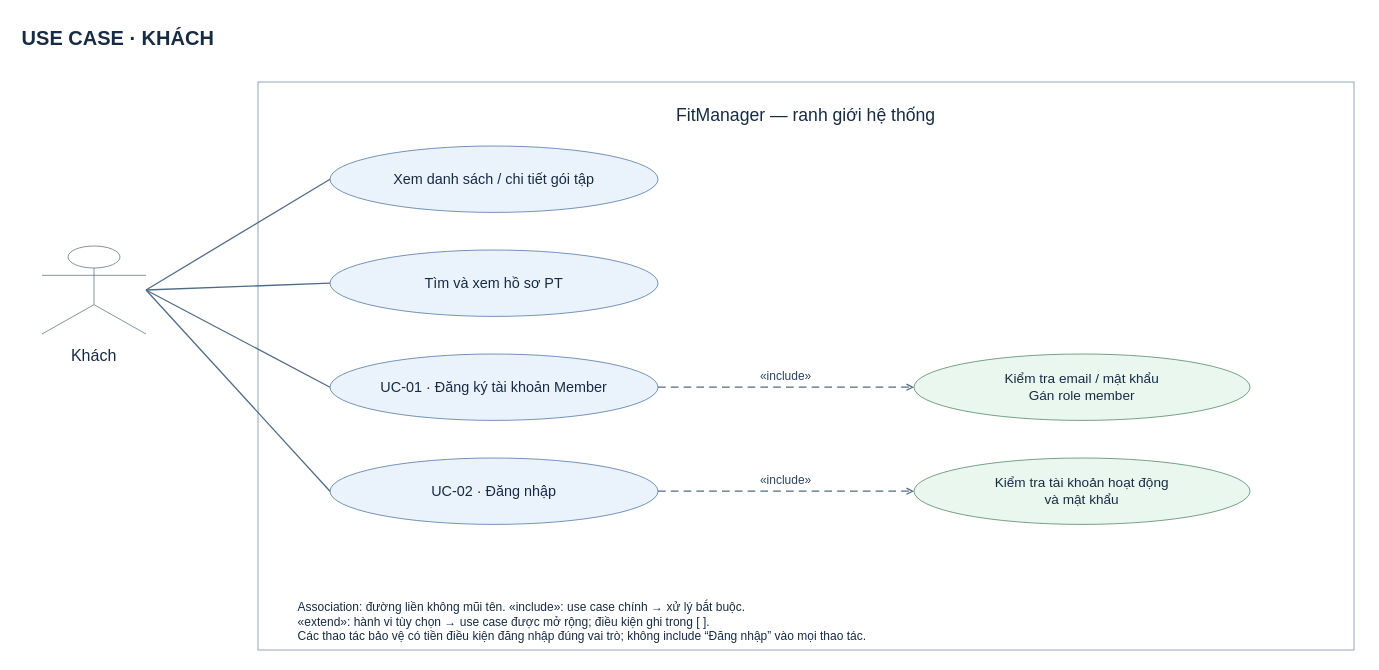
Above: docs/diagram/usecase-guest.drawio in Huy-Haru/ProjectSDN (draw.io), before the change. Source tidied: cells renumbered, new cells numbered last; positions are measured from the earlier drawing's top-left corner, leaving out a move shared by most shapes. Both pictures are drawn from the tidied source at 80%, with x=0, y=0 at pixel (14, 14).
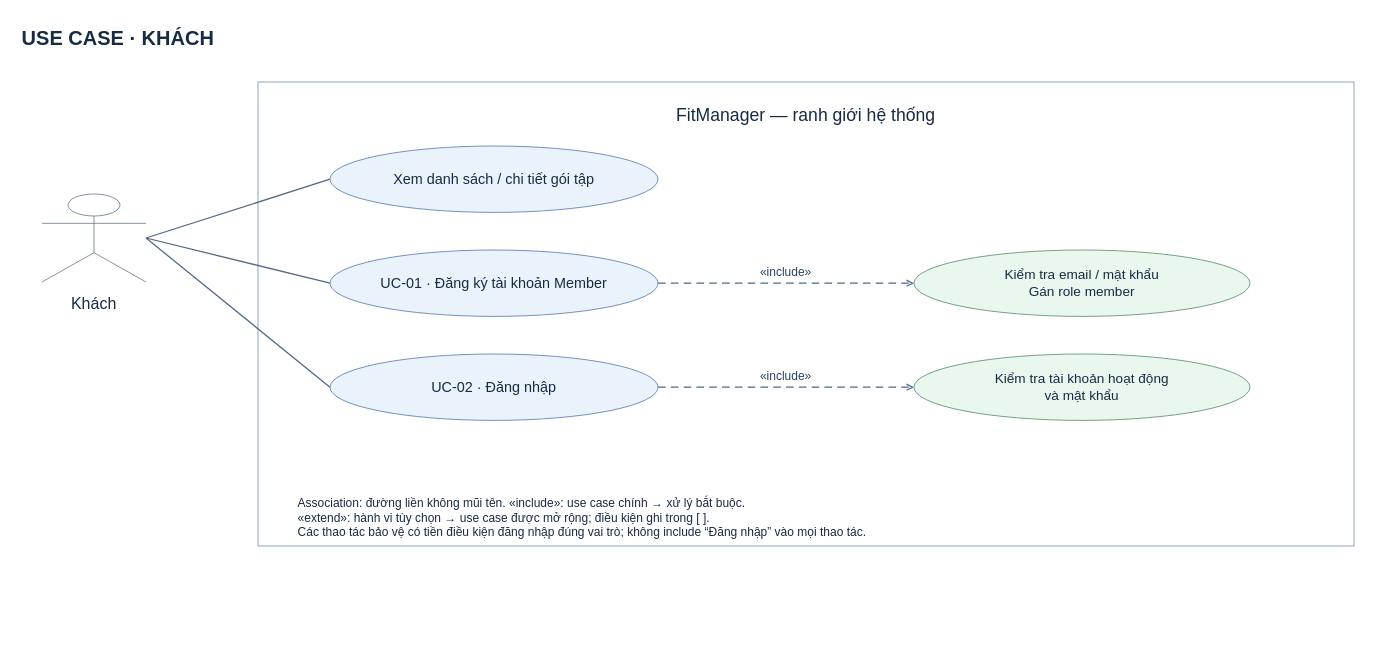
The same diagram, later.

Diff of the diagram source:
```diff
@@
     <mxCell id="3" value="FitManager — ranh giới hệ thống" style="html=0;whiteSpace=wrap;fontFamily=Arial;fontSize=17;fontColor=#172b43;strokeColor=#5479aa;fillColor=#eaf2fc;spacing=10;rounded=0;fillColor=none;strokeColor=#7890a9;verticalAlign=top;fontSize=22;spacingTop=14;" parent="1" vertex="1">
-      <mxGeometry x="305" y="85" width="1370" height="710" as="geometry" />
+      <mxGeometry x="305" y="85" width="1370" height="580" as="geometry" />
     </mxCell>
     <mxCell id="4" value="Khách" style="html=0;whiteSpace=wrap;fontFamily=Arial;fontSize=20;fontColor=#172b43;strokeColor=#66788a;fillColor=#f4f6f8;spacing=10;shape=umlActor;verticalLabelPosition=bottom;verticalAlign=top;fillColor=none;" parent="1" vertex="1">
-      <mxGeometry x="35" y="290" width="130" height="110" as="geometry" />
+      <mxGeometry x="35" y="225" width="130" height="110" as="geometry" />
     </mxCell>
@@
-    <mxCell id="6" value="Tìm và xem hồ sơ PT" style="html=0;whiteSpace=wrap;fontFamily=Arial;fontSize=18;fontColor=#172b43;strokeColor=#5479aa;fillColor=#eaf2fc;spacing=10;ellipse;" parent="3" vertex="1">
-      <mxGeometry x="90" y="210" width="410" height="83" as="geometry" />
-    </mxCell>
     <mxCell id="7" value="UC-01 · Đăng ký tài khoản Member" style="html=0;whiteSpace=wrap;fontFamily=Arial;fontSize=18;fontColor=#172b43;strokeColor=#5479aa;fillColor=#eaf2fc;spacing=10;ellipse;" parent="3" vertex="1">
-      <mxGeometry x="90" y="340" width="410" height="83" as="geometry" />
+      <mxGeometry x="90" y="210" width="410" height="83" as="geometry" />
     </mxCell>
     <mxCell id="8" value="UC-02 · Đăng nhập" style="html=0;whiteSpace=wrap;fontFamily=Arial;fontSize=18;fontColor=#172b43;strokeColor=#5479aa;fillColor=#eaf2fc;spacing=10;ellipse;" parent="3" vertex="1">
-      <mxGeometry x="90" y="470" width="410" height="83" as="geometry" />
+      <mxGeometry x="90" y="340" width="410" height="83" as="geometry" />
     </mxCell>
     <mxCell id="9" value="Kiểm tra email / mật khẩu&#10;Gán role member" style="html=0;whiteSpace=wrap;fontFamily=Arial;fontSize=17;fontColor=#172b43;strokeColor=#568a69;fillColor=#eaf7ef;spacing=10;ellipse;" parent="3" vertex="1">
-      <mxGeometry x="820" y="340" width="420" height="83" as="geometry" />
+      <mxGeometry x="820" y="210" width="420" height="83" as="geometry" />
     </mxCell>
     <mxCell id="10" value="Kiểm tra tài khoản hoạt động&#10;và mật khẩu" style="html=0;whiteSpace=wrap;fontFamily=Arial;fontSize=17;fontColor=#172b43;strokeColor=#568a69;fillColor=#eaf7ef;spacing=10;ellipse;" parent="3" vertex="1">
-      <mxGeometry x="820" y="470" width="420" height="83" as="geometry" />
+      <mxGeometry x="820" y="340" width="420" height="83" as="geometry" />
     </mxCell>
     <mxCell id="11" value="Association: đường liền không mũi tên. «include»: use case chính → xử lý bắt buộc.&#10;«extend»: hành vi tùy chọn → use case được mở rộng; điều kiện ghi trong [ ].&#10;Các thao tác bảo vệ có tiền điều kiện đăng nhập đúng vai trò; không include “Đăng nhập” vào mọi thao tác." style="html=0;whiteSpace=wrap;fontFamily=Arial;fontSize=15;fontColor=#172b43;strokeColor=#5479aa;fillColor=#eaf2fc;spacing=10;text;fillColor=none;strokeColor=none;align=left;verticalAlign=top;" parent="1" vertex="1">
-      <mxGeometry x="345" y="718" width="1300" height="85" as="geometry" />
+      <mxGeometry x="345" y="588" width="1300" height="85" as="geometry" />
     </mxCell>
@@
-    <mxCell id="13" style="edgeStyle=none;orthogonal=1;rounded=0;html=0;strokeColor=#506b86;strokeWidth=1.6;jumpStyle=arc;jumpSize=9;endArrow=none;startArrow=none;exitX=1;exitY=0.5;exitPerimeter=0;entryX=0;entryY=0.5;entryPerimeter=0;fontFamily=Arial;fontSize=15;fontColor=#284461;labelBackgroundColor=#ffffff;" parent="1" edge="1" source="4" target="6">
+    <mxCell id="13" style="edgeStyle=none;orthogonal=1;rounded=0;html=0;strokeColor=#506b86;strokeWidth=1.6;jumpStyle=arc;jumpSize=9;endArrow=none;startArrow=none;exitX=1;exitY=0.5;exitPerimeter=0;entryX=0;entryY=0.5;entryPerimeter=0;fontFamily=Arial;fontSize=15;fontColor=#284461;labelBackgroundColor=#ffffff;" parent="1" edge="1" source="4" target="7">
       <mxGeometry relative="1" as="geometry">
         <mxPoint y="-15" as="offset" />
       </mxGeometry>
     </mxCell>
-    <mxCell id="14" style="edgeStyle=none;orthogonal=1;rounded=0;html=0;strokeColor=#506b86;strokeWidth=1.6;jumpStyle=arc;jumpSize=9;endArrow=none;startArrow=none;exitX=1;exitY=0.5;exitPerimeter=0;entryX=0;entryY=0.5;entryPerimeter=0;fontFamily=Arial;fontSize=15;fontColor=#284461;labelBackgroundColor=#ffffff;" parent="1" edge="1" source="4" target="7">
+    <mxCell id="14" style="edgeStyle=none;orthogonal=1;rounded=0;html=0;strokeColor=#506b86;strokeWidth=1.6;jumpStyle=arc;jumpSize=9;endArrow=none;startArrow=none;exitX=1;exitY=0.5;exitPerimeter=0;entryX=0;entryY=0.5;entryPerimeter=0;fontFamily=Arial;fontSize=15;fontColor=#284461;labelBackgroundColor=#ffffff;" parent="1" edge="1" source="4" target="8">
       <mxGeometry relative="1" as="geometry">
         <mxPoint y="-15" as="offset" />
       </mxGeometry>
     </mxCell>
-    <mxCell id="15" style="edgeStyle=none;orthogonal=1;rounded=0;html=0;strokeColor=#506b86;strokeWidth=1.6;jumpStyle=arc;jumpSize=9;endArrow=none;startArrow=none;exitX=1;exitY=0.5;exitPerimeter=0;entryX=0;entryY=0.5;entryPerimeter=0;fontFamily=Arial;fontSize=15;fontColor=#284461;labelBackgroundColor=#ffffff;" parent="1" edge="1" source="4" target="8">
+    <mxCell id="15" value="«include»" style="edgeStyle=none;orthogonal=1;rounded=0;html=0;strokeColor=#506b86;strokeWidth=1.6;jumpStyle=arc;jumpSize=9;dashed=1;dashPattern=6 4;endArrow=open;endFill=0;exitX=1;exitY=0.5;exitPerimeter=0;entryX=0;entryY=0.5;entryPerimeter=0;fontFamily=Arial;fontSize=15;fontColor=#284461;labelBackgroundColor=#ffffff;" parent="1" edge="1" source="7" target="9">
       <mxGeometry relative="1" as="geometry">
-        <mxPoint y="-15" as="offset" />
+        <mxPoint y="-15.5" as="offset" />
       </mxGeometry>
     </mxCell>
-    <mxCell id="16" value="«include»" style="edgeStyle=none;orthogonal=1;rounded=0;html=0;strokeColor=#506b86;strokeWidth=1.6;jumpStyle=arc;jumpSize=9;dashed=1;dashPattern=6 4;endArrow=open;endFill=0;exitX=1;exitY=0.5;exitPerimeter=0;entryX=0;entryY=0.5;entryPerimeter=0;fontFamily=Arial;fontSize=15;fontColor=#284461;labelBackgroundColor=#ffffff;" parent="1" edge="1" source="7" target="9">
+    <mxCell id="16" value="«include»" style="edgeStyle=none;orthogonal=1;rounded=0;html=0;strokeColor=#506b86;strokeWidth=1.6;jumpStyle=arc;jumpSize=9;dashed=1;dashPattern=6 4;endArrow=open;endFill=0;exitX=1;exitY=0.5;exitPerimeter=0;entryX=0;entryY=0.5;entryPerimeter=0;fontFamily=Arial;fontSize=15;fontColor=#284461;labelBackgroundColor=#ffffff;" parent="1" edge="1" source="8" target="10">
       <mxGeometry relative="1" as="geometry">
         <mxPoint y="-15.5" as="offset" />
       </mxGeometry>
     </mxCell>
-    <mxCell id="17" value="«include»" style="edgeStyle=none;orthogonal=1;rounded=0;html=0;strokeColor=#506b86;strokeWidth=1.6;jumpStyle=arc;jumpSize=9;dashed=1;dashPattern=6 4;endArrow=open;endFill=0;exitX=1;exitY=0.5;exitPerimeter=0;entryX=0;entryY=0.5;entryPerimeter=0;fontFamily=Arial;fontSize=15;fontColor=#284461;labelBackgroundColor=#ffffff;" parent="1" edge="1" source="8" target="10">
-      <mxGeometry relative="1" as="geometry">
-        <mxPoint y="-15.5" as="offset" />
-      </mxGeometry>
-    </mxCell>
```
